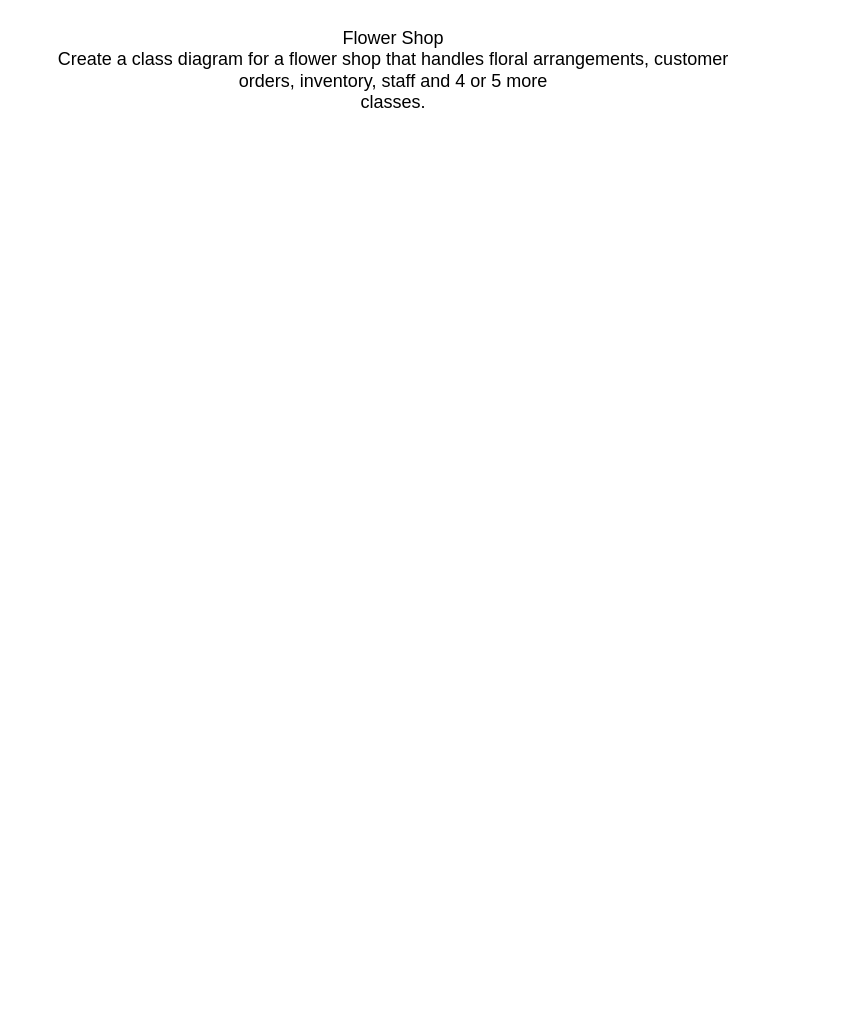
CMPCorinne2024/Allprojects keeps this draw.io diagram as CIS-180-Assignmnet2.drawio. Above is the earlier version. Source tidied: cells renumbered, new cells numbered last; positions are measured from the earlier drawing's top-left corner, leaving out a move shared by most shapes. Both pictures are drawn from the tidied source at 150%, with x=0, y=0 at pixel (40, 39).
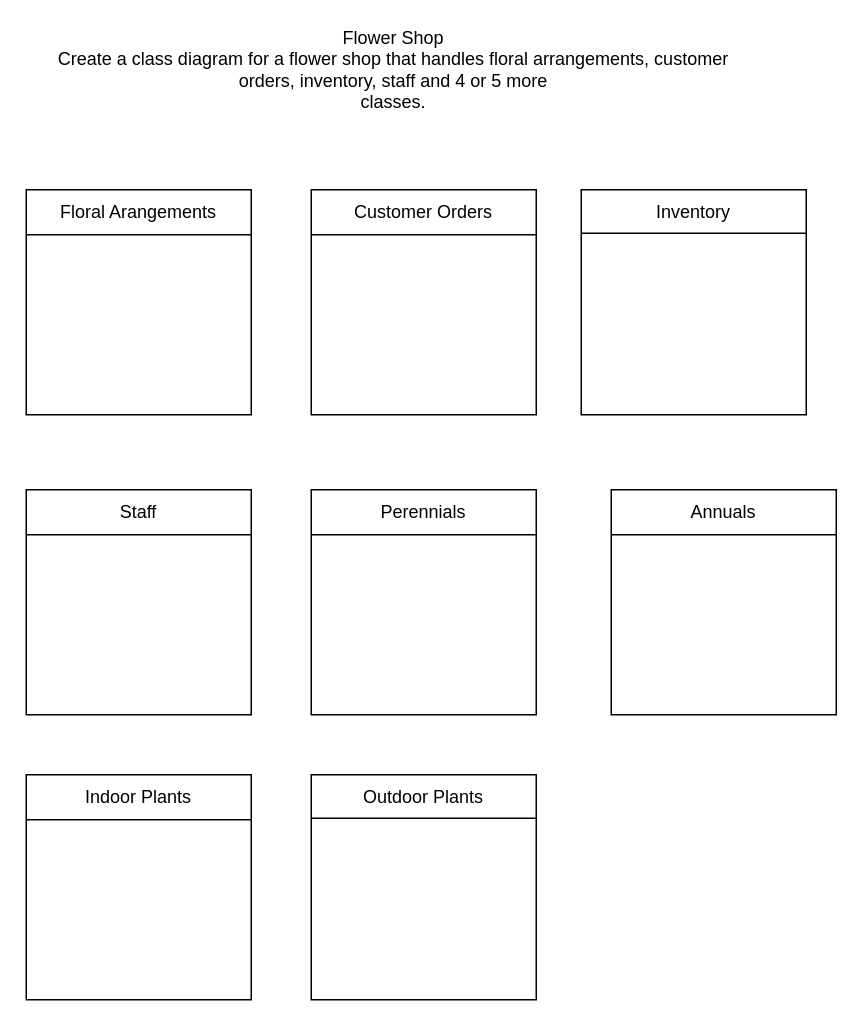
The same page after the edit.

The edit, as a diff of the source:
```diff
@@
+    <mxCell id="3" style="whiteSpace=wrap;html=1;" parent="1" vertex="1">
+      <mxGeometry x="-10" y="100" width="150" height="150" as="geometry" />
+    </mxCell>
+    <mxCell id="4" value="Floral Arangements" style="text;html=1;align=center;verticalAlign=middle;whiteSpace=wrap;rounded=0;" parent="1" vertex="1">
+      <mxGeometry x="-10" y="100" width="150" height="30" as="geometry" />
+    </mxCell>
+    <mxCell id="5" style="whiteSpace=wrap;html=1;" parent="1" vertex="1">
+      <mxGeometry x="180" y="100" width="150" height="150" as="geometry" />
+    </mxCell>
+    <mxCell id="6" value="Customer Orders" style="text;html=1;align=center;verticalAlign=middle;whiteSpace=wrap;rounded=0;" parent="1" vertex="1">
+      <mxGeometry x="180" y="100" width="150" height="30" as="geometry" />
+    </mxCell>
+    <mxCell id="7" style="whiteSpace=wrap;html=1;" parent="1" vertex="1">
+      <mxGeometry x="360" y="100" width="150" height="150" as="geometry" />
+    </mxCell>
+    <mxCell id="8" value="Inventory" style="text;html=1;align=center;verticalAlign=middle;whiteSpace=wrap;rounded=0;" parent="1" vertex="1">
+      <mxGeometry x="360" y="100" width="150" height="30" as="geometry" />
+    </mxCell>
+    <mxCell id="9" style="whiteSpace=wrap;html=1;" parent="1" vertex="1">
+      <mxGeometry x="-10" y="300" width="150" height="150" as="geometry" />
+    </mxCell>
+    <mxCell id="10" value="Staff" style="text;html=1;align=center;verticalAlign=middle;whiteSpace=wrap;rounded=0;" parent="1" vertex="1">
+      <mxGeometry x="-10" y="300" width="150" height="30" as="geometry" />
+    </mxCell>
+    <mxCell id="11" style="whiteSpace=wrap;html=1;" parent="1" vertex="1">
+      <mxGeometry x="180" y="300" width="150" height="150" as="geometry" />
+    </mxCell>
+    <mxCell id="12" value="Perennials" style="text;html=1;align=center;verticalAlign=middle;whiteSpace=wrap;rounded=0;" parent="1" vertex="1">
+      <mxGeometry x="180" y="300" width="150" height="30" as="geometry" />
+    </mxCell>
+    <mxCell id="13" style="whiteSpace=wrap;html=1;" parent="1" vertex="1">
+      <mxGeometry x="380" y="300" width="150" height="150" as="geometry" />
+    </mxCell>
+    <mxCell id="14" value="Annuals" style="text;html=1;align=center;verticalAlign=middle;whiteSpace=wrap;rounded=0;" parent="1" vertex="1">
+      <mxGeometry x="380" y="300" width="150" height="30" as="geometry" />
+    </mxCell>
+    <mxCell id="15" style="whiteSpace=wrap;html=1;" parent="1" vertex="1">
+      <mxGeometry x="-10" y="490" width="150" height="150" as="geometry" />
+    </mxCell>
+    <mxCell id="16" value="Indoor Plants" style="text;html=1;align=center;verticalAlign=middle;whiteSpace=wrap;rounded=0;" parent="1" vertex="1">
+      <mxGeometry x="-10" y="490" width="150" height="30" as="geometry" />
+    </mxCell>
+    <mxCell id="17" style="whiteSpace=wrap;html=1;" parent="1" vertex="1">
+      <mxGeometry x="180" y="490" width="150" height="150" as="geometry" />
+    </mxCell>
+    <mxCell id="18" value="Outdoor Plants" style="text;html=1;align=center;verticalAlign=middle;whiteSpace=wrap;rounded=0;" parent="1" vertex="1">
+      <mxGeometry x="180" y="490" width="150" height="30" as="geometry" />
+    </mxCell>
+    <mxCell id="19" style="endArrow=none;html=1;rounded=0;exitX=0;exitY=1;exitDx=0;exitDy=0;entryX=1;entryY=1;entryDx=0;entryDy=0;" parent="1" edge="1" source="4" target="4">
+      <mxGeometry relative="1" as="geometry" />
+    </mxCell>
+    <mxCell id="20" style="endArrow=none;html=1;rounded=0;exitX=0;exitY=1;exitDx=0;exitDy=0;entryX=1;entryY=1;entryDx=0;entryDy=0;" parent="1" edge="1">
+      <mxGeometry relative="1" as="geometry">
+        <mxPoint x="180" y="130" as="sourcePoint" />
+        <mxPoint x="330" y="130" as="targetPoint" />
+      </mxGeometry>
+    </mxCell>
+    <mxCell id="21" style="endArrow=none;html=1;rounded=0;exitX=0;exitY=1;exitDx=0;exitDy=0;entryX=1;entryY=1;entryDx=0;entryDy=0;" parent="1" edge="1">
+      <mxGeometry relative="1" as="geometry">
+        <mxPoint x="360" y="129" as="sourcePoint" />
+        <mxPoint x="510" y="129" as="targetPoint" />
+      </mxGeometry>
+    </mxCell>
+    <mxCell id="22" style="endArrow=none;html=1;rounded=0;exitX=0;exitY=1;exitDx=0;exitDy=0;entryX=1;entryY=1;entryDx=0;entryDy=0;" parent="1" edge="1">
+      <mxGeometry relative="1" as="geometry">
+        <mxPoint x="-10" y="330" as="sourcePoint" />
+        <mxPoint x="140" y="330" as="targetPoint" />
+      </mxGeometry>
+    </mxCell>
+    <mxCell id="23" style="endArrow=none;html=1;rounded=0;exitX=0;exitY=1;exitDx=0;exitDy=0;entryX=1;entryY=1;entryDx=0;entryDy=0;" parent="1" edge="1">
+      <mxGeometry relative="1" as="geometry">
+        <mxPoint x="180" y="330" as="sourcePoint" />
+        <mxPoint x="330" y="330" as="targetPoint" />
+      </mxGeometry>
+    </mxCell>
+    <mxCell id="24" style="endArrow=none;html=1;rounded=0;exitX=0;exitY=1;exitDx=0;exitDy=0;entryX=1;entryY=1;entryDx=0;entryDy=0;" parent="1" edge="1">
+      <mxGeometry relative="1" as="geometry">
+        <mxPoint x="380" y="330" as="sourcePoint" />
+        <mxPoint x="530" y="330" as="targetPoint" />
+      </mxGeometry>
+    </mxCell>
+    <mxCell id="25" style="endArrow=none;html=1;rounded=0;exitX=0;exitY=1;exitDx=0;exitDy=0;entryX=1;entryY=1;entryDx=0;entryDy=0;" parent="1" edge="1">
+      <mxGeometry relative="1" as="geometry">
+        <mxPoint x="-10" y="520" as="sourcePoint" />
+        <mxPoint x="140" y="520" as="targetPoint" />
+      </mxGeometry>
+    </mxCell>
+    <mxCell id="26" style="endArrow=none;html=1;rounded=0;exitX=0;exitY=1;exitDx=0;exitDy=0;entryX=1;entryY=1;entryDx=0;entryDy=0;" parent="1" edge="1">
+      <mxGeometry relative="1" as="geometry">
+        <mxPoint x="180" y="519" as="sourcePoint" />
+        <mxPoint x="330" y="519" as="targetPoint" />
+      </mxGeometry>
+    </mxCell>
```
